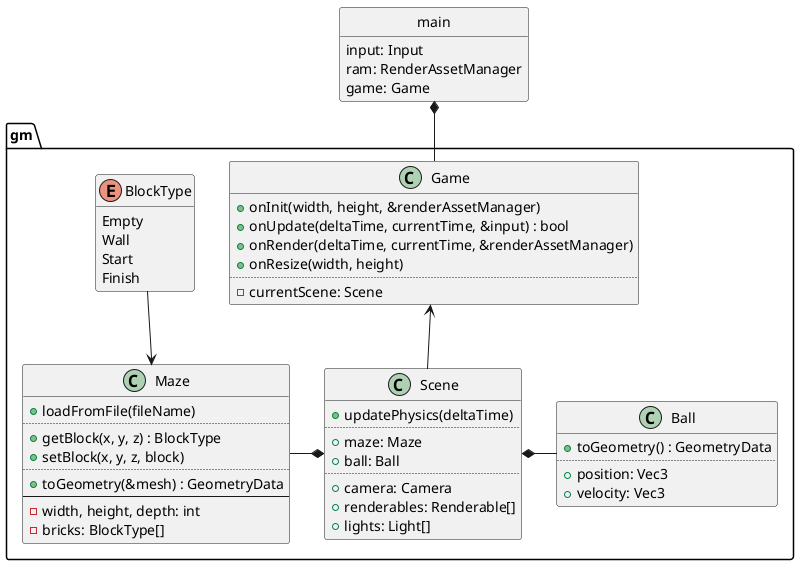
Before: design/game.png, a diagram exported from PlantUML (ba6er/marblemaze).
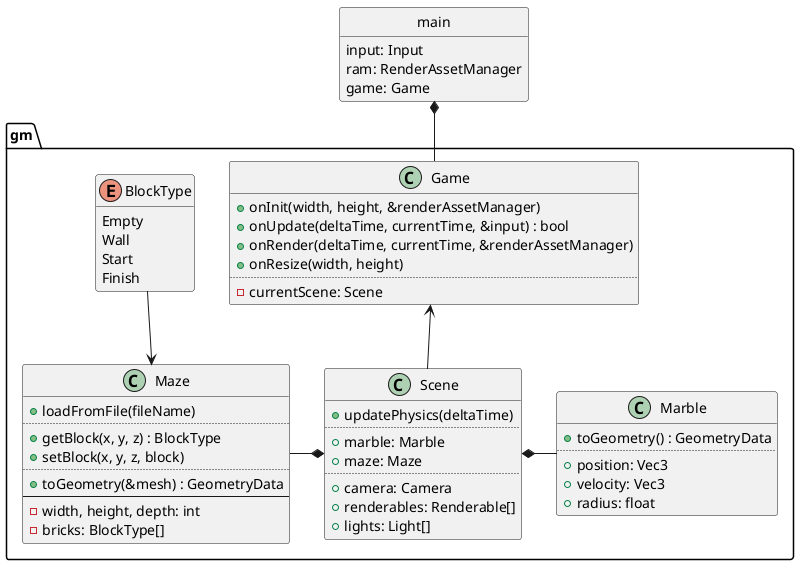
Above is the later version.

Diff of the diagram source:
```diff
@@ -13,8 +13,8 @@
 class gm::Scene {
 	+updatePhysics(deltaTime)
 	..
+	+marble: Marble
 	+maze: Maze
-	+ball: Ball
 	..
 	+camera: Camera
 	+renderables: Renderable[]
@@ -41,11 +41,12 @@
 	-bricks: BlockType[]
 }
 
-class gm::Ball {
+class gm::Marble {
 	+toGeometry() : GeometryData
 	..
 	+position: Vec3
 	+velocity: Vec3
+	+radius: float
 }
 
 class main {
@@ -62,6 +63,6 @@
 Maze <-up- BlockType
 
 Scene *-left- Maze
-Scene *-right- Ball
+Scene *-right- Marble
 
 @enduml
```
